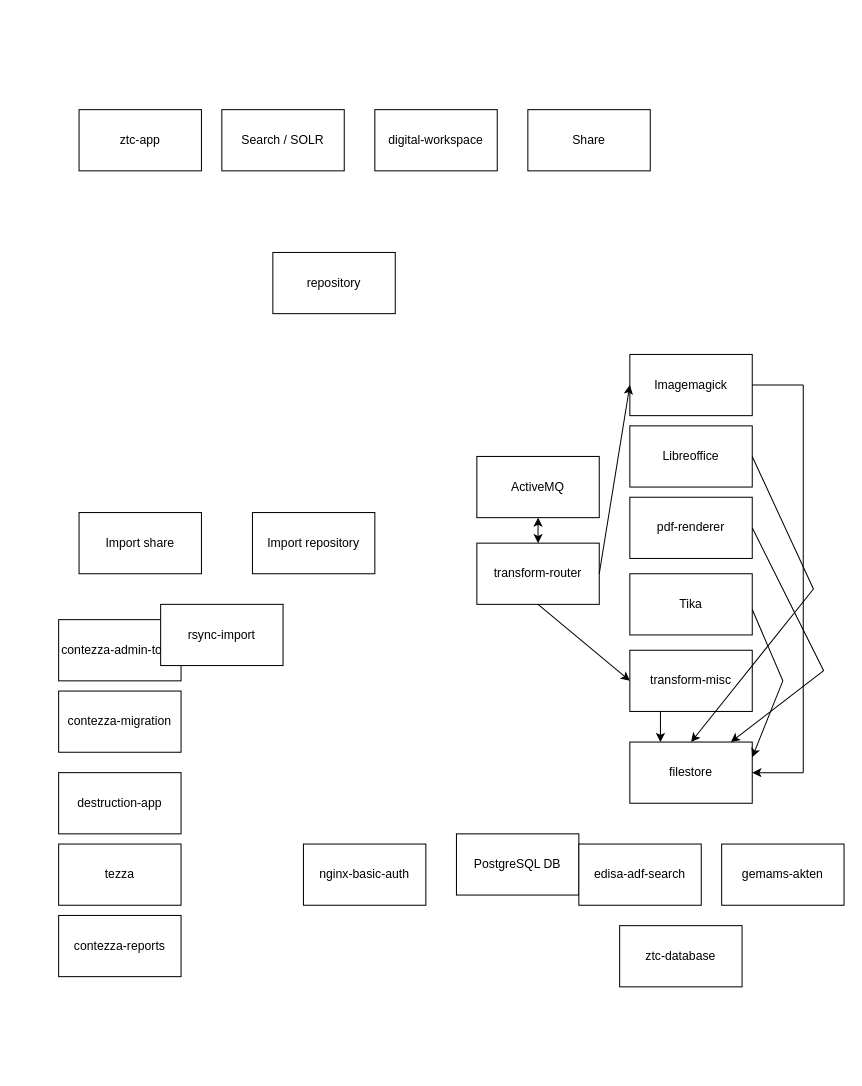
lobbrecht-capgemini/charts keeps this draw.io diagram as Untitled Diagram.drawio. Above is the earlier version. Source tidied: cells renumbered, new cells numbered last; positions are measured from the earlier drawing's top-left corner, leaving out a move shared by most shapes. Both pictures are drawn from the tidied source at 102%, with x=0, y=0 at pixel (58, 109).
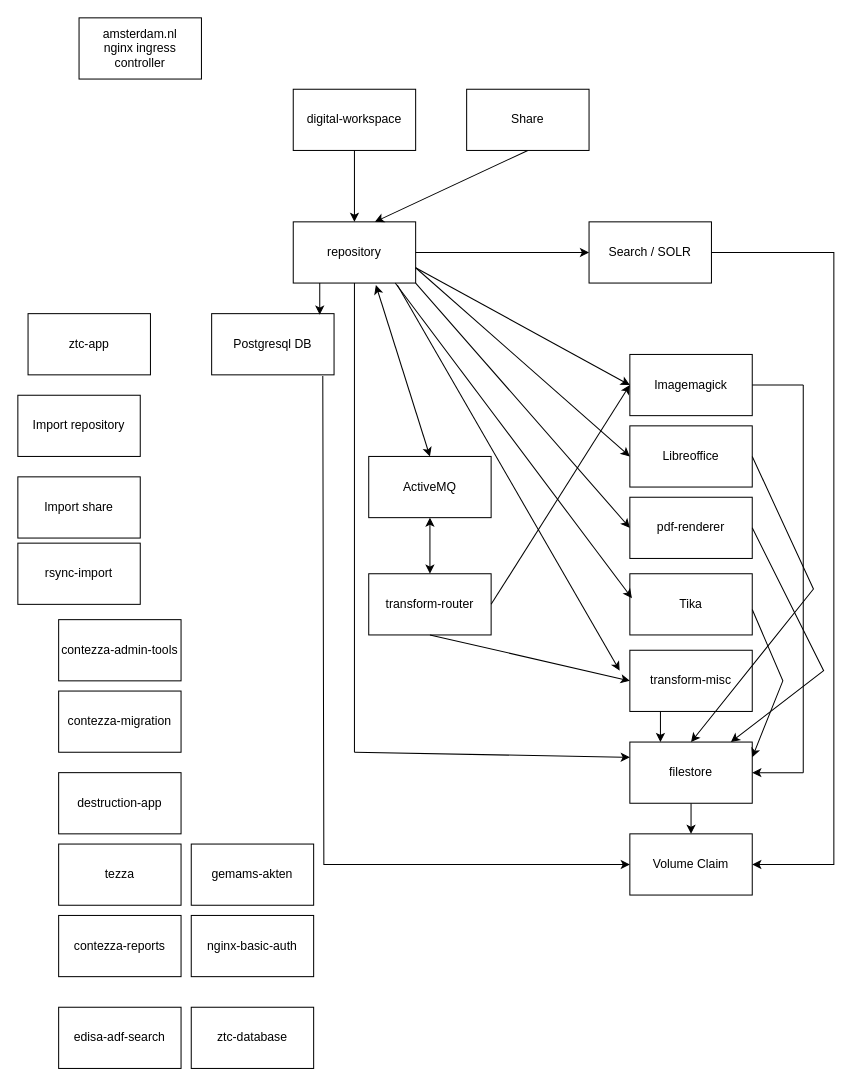
The same page after the edit.

Unchanged cells that the change refers to:
```xml
<mxCell id="8" value="Imagemagick" style="rounded=0;whiteSpace=wrap;html=1;" parent="1" vertex="1">
  <mxGeometry x="560" y="240" width="120" height="60" as="geometry" />
</mxCell>
<mxCell id="9" value="Libreoffice" style="rounded=0;whiteSpace=wrap;html=1;" parent="1" vertex="1">
  <mxGeometry x="560" y="310" width="120" height="60" as="geometry" />
</mxCell>
<mxCell id="10" value="pdf-renderer" style="rounded=0;whiteSpace=wrap;html=1;" parent="1" vertex="1">
  <mxGeometry x="560" y="380" width="120" height="60" as="geometry" />
</mxCell>
<mxCell id="11" value="Tika" style="rounded=0;whiteSpace=wrap;html=1;" parent="1" vertex="1">
  <mxGeometry x="560" y="455" width="120" height="60" as="geometry" />
</mxCell>
<mxCell id="14" value="filestore" style="rounded=0;whiteSpace=wrap;html=1;" parent="1" vertex="1">
  <mxGeometry x="560" y="620" width="120" height="60" as="geometry" />
</mxCell>
```

Change to the diagram source:
```diff
@@
     <mxCell id="2" value="Share" style="rounded=0;whiteSpace=wrap;html=1;" parent="1" vertex="1">
-      <mxGeometry x="460" width="120" height="60" as="geometry" />
+      <mxGeometry x="400" y="-20" width="120" height="60" as="geometry" />
     </mxCell>
     <mxCell id="3" value="Import share" style="rounded=0;whiteSpace=wrap;html=1;" parent="1" vertex="1">
-      <mxGeometry x="20" y="395" width="120" height="60" as="geometry" />
+      <mxGeometry x="-40" y="360" width="120" height="60" as="geometry" />
     </mxCell>
     <mxCell id="4" value="Import repository" style="rounded=0;whiteSpace=wrap;html=1;" parent="1" vertex="1">
-      <mxGeometry x="190" y="395" width="120" height="60" as="geometry" />
+      <mxGeometry x="-40" y="280" width="120" height="60" as="geometry" />
     </mxCell>
     <mxCell id="5" value="Search / SOLR" style="rounded=0;whiteSpace=wrap;html=1;" parent="1" vertex="1">
-      <mxGeometry x="160" width="120" height="60" as="geometry" />
+      <mxGeometry x="520" y="110" width="120" height="60" as="geometry" />
     </mxCell>
+    <mxCell id="38" style="edgeStyle=orthogonalEdgeStyle;rounded=0;jettySize=auto;html=1;entryX=0.5;entryY=0;entryDx=0;entryDy=0;exitX=0.5;exitY=1;exitDx=0;exitDy=0;" parent="1" edge="1" source="14" target="6">
+      <mxGeometry relative="1" as="geometry" />
+    </mxCell>
-    <mxCell id="6" value="PostgreSQL DB" style="rounded=0;whiteSpace=wrap;html=1;" parent="1" vertex="1">
-      <mxGeometry x="390" y="710" width="120" height="60" as="geometry" />
+    <mxCell id="6" value="Volume Claim&lt;br&gt;" style="rounded=0;whiteSpace=wrap;html=1;" parent="1" vertex="1">
+      <mxGeometry x="560" y="710" width="120" height="60" as="geometry" />
     </mxCell>
     <mxCell id="7" value="ActiveMQ" style="rounded=0;whiteSpace=wrap;html=1;" parent="1" vertex="1">
-      <mxGeometry x="410" y="340" width="120" height="60" as="geometry" />
+      <mxGeometry x="304" y="340" width="120" height="60" as="geometry" />
     </mxCell>
@@
     <mxCell id="13" value="transform-router" style="rounded=0;whiteSpace=wrap;html=1;" parent="1" vertex="1">
-      <mxGeometry x="410" y="425" width="120" height="60" as="geometry" />
+      <mxGeometry x="304" y="455" width="120" height="60" as="geometry" />
     </mxCell>
@@
     <mxCell id="18" value="digital-workspace" style="rounded=0;whiteSpace=wrap;html=1;" parent="1" vertex="1">
-      <mxGeometry x="310" width="120" height="60" as="geometry" />
+      <mxGeometry x="230" y="-20" width="120" height="60" as="geometry" />
     </mxCell>
     <mxCell id="19" value="edisa-adf-search" style="rounded=0;whiteSpace=wrap;html=1;" parent="1" vertex="1">
-      <mxGeometry x="510" y="720" width="120" height="60" as="geometry" />
+      <mxGeometry y="880" width="120" height="60" as="geometry" />
     </mxCell>
     <mxCell id="20" value="gemams-akten" style="rounded=0;whiteSpace=wrap;html=1;" parent="1" vertex="1">
-      <mxGeometry x="650" y="720" width="120" height="60" as="geometry" />
+      <mxGeometry x="130" y="720" width="120" height="60" as="geometry" />
     </mxCell>
@@
     <mxCell id="23" value="nginx-basic-auth" style="rounded=0;whiteSpace=wrap;html=1;" parent="1" vertex="1">
-      <mxGeometry x="240" y="720" width="120" height="60" as="geometry" />
+      <mxGeometry x="130" y="790" width="120" height="60" as="geometry" />
     </mxCell>
     <mxCell id="24" value="rsync-import" style="rounded=0;whiteSpace=wrap;html=1;" parent="1" vertex="1">
-      <mxGeometry x="100" y="485" width="120" height="60" as="geometry" />
+      <mxGeometry x="-40" y="425" width="120" height="60" as="geometry" />
     </mxCell>
     <mxCell id="25" value="ztc-app" style="rounded=0;whiteSpace=wrap;html=1;" parent="1" vertex="1">
-      <mxGeometry x="20" width="120" height="60" as="geometry" />
+      <mxGeometry x="-30" y="200" width="120" height="60" as="geometry" />
     </mxCell>
     <mxCell id="26" value="ztc-database" style="rounded=0;whiteSpace=wrap;html=1;" parent="1" vertex="1">
-      <mxGeometry x="550" y="800" width="120" height="60" as="geometry" />
+      <mxGeometry x="130" y="880" width="120" height="60" as="geometry" />
     </mxCell>
     <mxCell id="27" value="repository" style="rounded=0;whiteSpace=wrap;html=1;" parent="1" vertex="1">
-      <mxGeometry x="210" y="140" width="120" height="60" as="geometry" />
+      <mxGeometry x="230" y="110" width="120" height="60" as="geometry" />
     </mxCell>
@@
+    <mxCell id="39" style="endArrow=classic;html=1;rounded=0;exitX=1;exitY=0.5;exitDx=0;exitDy=0;entryX=0;entryY=0.5;entryDx=0;entryDy=0;" parent="1" edge="1" source="27" target="5">
+      <mxGeometry relative="1" as="geometry" />
+    </mxCell>
+    <mxCell id="40" style="endArrow=classic;html=1;rounded=0;exitX=0.5;exitY=1;exitDx=0;exitDy=0;" parent="1" edge="1" source="18" target="27">
+      <mxGeometry relative="1" as="geometry" />
+    </mxCell>
+    <mxCell id="41" style="endArrow=classic;html=1;rounded=0;exitX=0.5;exitY=1;exitDx=0;exitDy=0;entryX=0.667;entryY=0;entryDx=0;entryDy=0;entryPerimeter=0;" parent="1" edge="1" source="2" target="27">
+      <mxGeometry relative="1" as="geometry" />
+    </mxCell>
+    <mxCell id="42" style="endArrow=classic;startArrow=classic;html=1;rounded=0;entryX=0.675;entryY=1.033;entryDx=0;entryDy=0;entryPerimeter=0;exitX=0.5;exitY=0;exitDx=0;exitDy=0;" parent="1" edge="1" source="7" target="27">
+      <mxGeometry relative="1" as="geometry" />
+    </mxCell>
+    <mxCell id="43" style="endArrow=classic;html=1;rounded=0;exitX=1;exitY=0.75;exitDx=0;exitDy=0;entryX=0;entryY=0.5;entryDx=0;entryDy=0;" parent="1" edge="1" source="27" target="8">
+      <mxGeometry relative="1" as="geometry" />
+    </mxCell>
+    <mxCell id="44" style="endArrow=classic;html=1;rounded=0;exitX=1;exitY=0.75;exitDx=0;exitDy=0;entryX=0;entryY=0.5;entryDx=0;entryDy=0;" parent="1" edge="1" source="27" target="9">
+      <mxGeometry relative="1" as="geometry" />
+    </mxCell>
+    <mxCell id="45" style="endArrow=classic;html=1;rounded=0;exitX=1;exitY=1;exitDx=0;exitDy=0;entryX=0;entryY=0.5;entryDx=0;entryDy=0;" parent="1" edge="1" source="27" target="10">
+      <mxGeometry relative="1" as="geometry" />
+    </mxCell>
+    <mxCell id="46" style="endArrow=classic;html=1;rounded=0;exitX=0.833;exitY=1;exitDx=0;exitDy=0;entryX=0.017;entryY=0.4;entryDx=0;entryDy=0;entryPerimeter=0;exitPerimeter=0;" parent="1" edge="1" source="27" target="11">
+      <mxGeometry relative="1" as="geometry" />
+    </mxCell>
+    <mxCell id="47" style="endArrow=classic;html=1;rounded=0;exitX=0.85;exitY=1.033;exitDx=0;exitDy=0;exitPerimeter=0;" parent="1" edge="1" source="27">
+      <mxGeometry relative="1" as="geometry">
+        <mxPoint x="550" y="550" as="targetPoint" />
+      </mxGeometry>
+    </mxCell>
+    <mxCell id="48" style="endArrow=none;html=1;rounded=0;entryX=0.5;entryY=1;entryDx=0;entryDy=0;" parent="1" edge="1" target="27">
+      <mxGeometry relative="1" as="geometry">
+        <mxPoint x="290" y="630" as="sourcePoint" />
+      </mxGeometry>
+    </mxCell>
+    <mxCell id="49" style="endArrow=classic;html=1;rounded=0;entryX=0;entryY=0.25;entryDx=0;entryDy=0;" parent="1" edge="1" target="14">
+      <mxGeometry relative="1" as="geometry">
+        <mxPoint x="290" y="630" as="sourcePoint" />
+      </mxGeometry>
+    </mxCell>
+    <mxCell id="50" style="endArrow=classic;html=1;rounded=0;entryX=1;entryY=0.5;entryDx=0;entryDy=0;" parent="1" edge="1" target="6">
+      <mxGeometry relative="1" as="geometry">
+        <mxPoint x="640" y="140" as="sourcePoint" />
+        <Array as="points">
+          <mxPoint x="760" y="140" />
+          <mxPoint x="760" y="740" />
+        </Array>
+      </mxGeometry>
+    </mxCell>
+    <mxCell id="51" value="Postgresql DB" style="rounded=0;whiteSpace=wrap;html=1;" parent="1" vertex="1">
+      <mxGeometry x="150" y="200" width="120" height="60" as="geometry" />
+    </mxCell>
+    <mxCell id="52" style="endArrow=classic;html=1;rounded=0;entryX=0.883;entryY=0.017;entryDx=0;entryDy=0;entryPerimeter=0;" parent="1" edge="1" target="51">
+      <mxGeometry relative="1" as="geometry">
+        <mxPoint x="256" y="170" as="sourcePoint" />
+      </mxGeometry>
+    </mxCell>
+    <mxCell id="53" style="endArrow=classic;html=1;rounded=0;exitX=0.908;exitY=1.017;exitDx=0;exitDy=0;exitPerimeter=0;entryX=0;entryY=0.5;entryDx=0;entryDy=0;" parent="1" edge="1" source="51" target="6">
+      <mxGeometry relative="1" as="geometry">
+        <Array as="points">
+          <mxPoint x="260" y="740" />
+        </Array>
+      </mxGeometry>
+    </mxCell>
+    <mxCell id="54" value="amsterdam.nl&lt;br&gt;nginx ingress controller" style="rounded=0;whiteSpace=wrap;html=1;" parent="1" vertex="1">
+      <mxGeometry x="20" y="-90" width="120" height="60" as="geometry" />
+    </mxCell>
```
